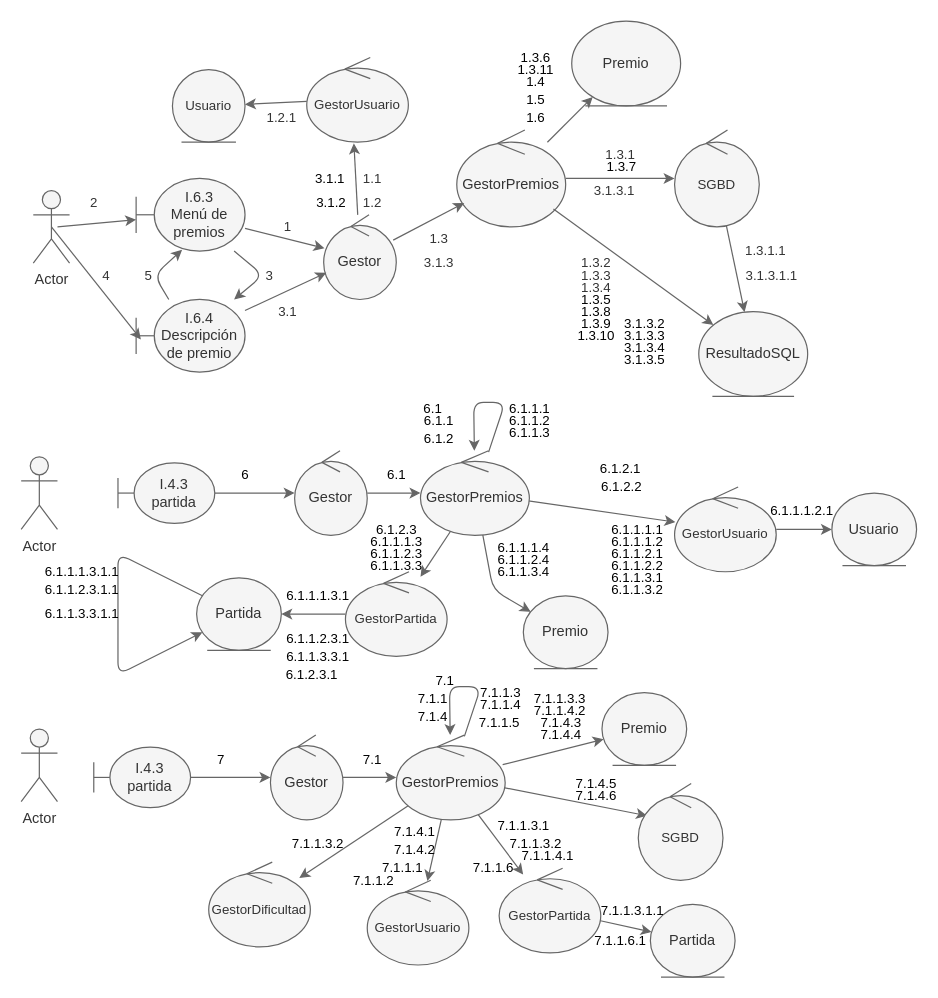
Before: documentacion/funcionalidad 6/dcomunicacion.drawio in mikel-egana-aranguren/ADSI-22-23-Tetris, a draw.io diagram. Source tidied: cells renumbered, new cells numbered last; positions are measured from the earlier drawing's top-left corner, leaving out a move shared by most shapes. Both pictures are drawn from the tidied source at 121%, with x=0, y=0 at pixel (21, 21).
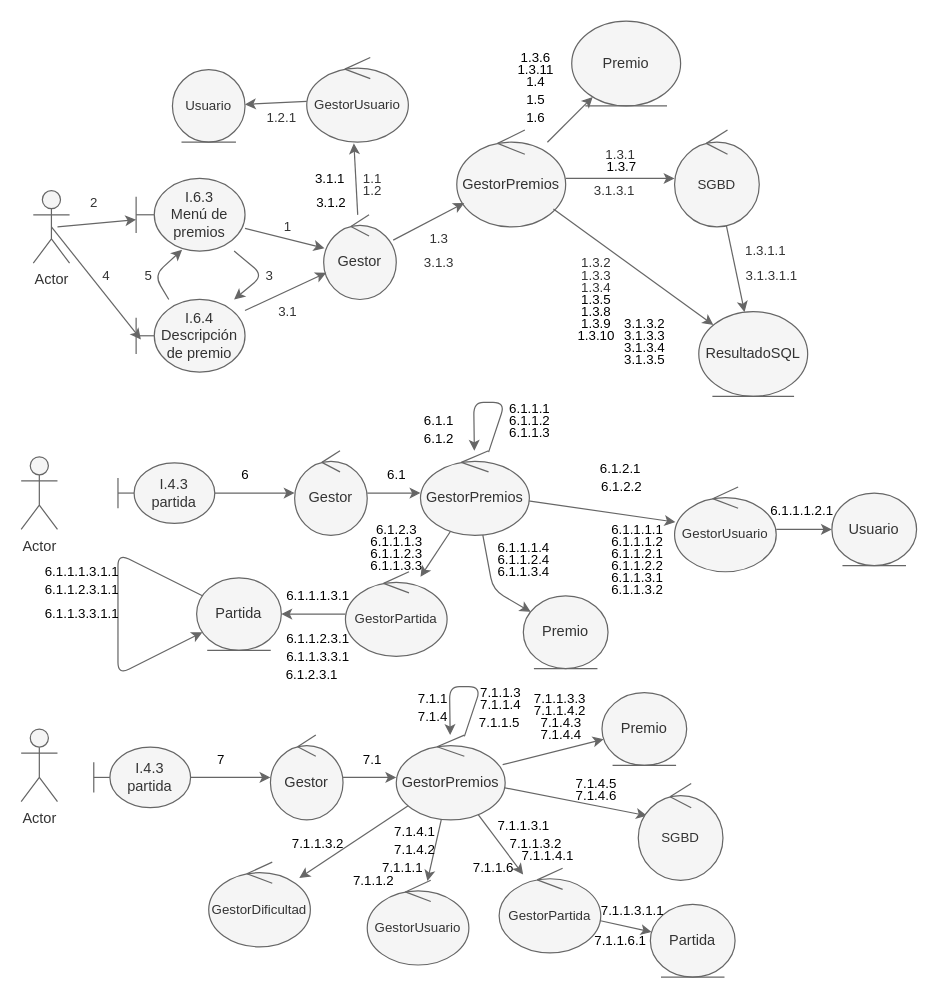
The same page after the edit.

Commit message (it also covers changes not shown here):
pequeño retoque

What changed in the source:
```diff
@@
     <mxCell id="33" value="1.2" style="text;html=1;align=center;verticalAlign=middle;strokeColor=none;fillColor=none;fontSize=11;fontFamily=Helvetica;fontColor=#333333;" parent="1" vertex="1">
-      <mxGeometry x="275" y="140" width="30" height="20" as="geometry" />
+      <mxGeometry x="275" y="130" width="30" height="20" as="geometry" />
     </mxCell>
@@
-    <mxCell id="64" value="6.1" style="text;html=1;align=center;verticalAlign=middle;strokeColor=none;fillColor=none;fontSize=11;fontFamily=Helvetica;fontColor=#000000;" parent="1" vertex="1">
-      <mxGeometry x="325" y="310" width="30" height="20" as="geometry" />
-    </mxCell>
@@
-    <mxCell id="84" value="7.1" style="text;html=1;align=center;verticalAlign=middle;strokeColor=none;fillColor=none;fontSize=11;fontFamily=Helvetica;fontColor=#000000;" parent="1" vertex="1">
-      <mxGeometry x="335" y="535" width="30" height="20" as="geometry" />
-    </mxCell>
```
